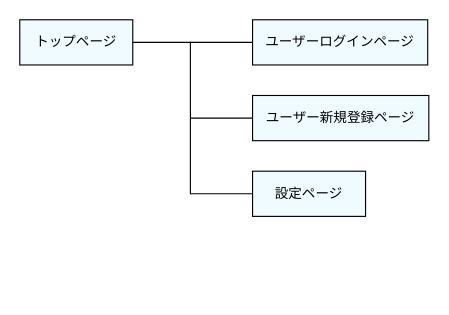
The draw.io diagram ER.dio in umaumau/stockpile, before the edit. Source tidied: cells renumbered, new cells numbered last; positions are measured from the earlier drawing's top-left corner, leaving out a move shared by most shapes. Both pictures are drawn from the tidied source at 113%, with x=0, y=0 at pixel (19, 19).
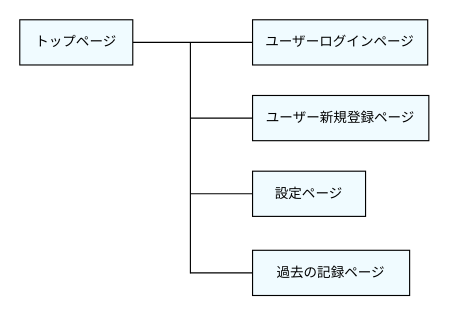
After the change.

Diff of the diagram source:
```diff
@@
 <mxGraphModel background="#FFFFFF">
   <root>
     <mxCell id="0" />
     <mxCell id="1" parent="0" />
     <mxCell id="2" style="edgeStyle=none;html=1;exitX=1;exitY=0.5;exitDx=0;exitDy=0;entryX=0;entryY=0.5;entryDx=0;entryDy=0;strokeColor=#000000;fontColor=#000000;startArrow=none;startFill=0;endArrow=none;endFill=0;startSize=10;endSize=10;sourcePerimeterSpacing=10;targetPerimeterSpacing=10;fillColor=#F0FBFF;" parent="1" edge="1" source="3" target="4">
       <mxGeometry relative="1" as="geometry" />
     </mxCell>
     <mxCell id="3" value="&lt;font color=&quot;#000000&quot;&gt;トップページ&lt;/font&gt;" style="whiteSpace=wrap;html=1;align=center;fillColor=#F0FBFF;strokeColor=#000000;" parent="1" vertex="1">
       <mxGeometry width="100" height="40" as="geometry" />
     </mxCell>
     <mxCell id="4" value="&lt;font color=&quot;#000000&quot;&gt;ユーザーログインページ&lt;/font&gt;" style="whiteSpace=wrap;html=1;align=center;fillColor=#F0FBFF;strokeColor=#000000;" parent="1" vertex="1">
       <mxGeometry x="206" width="155" height="40" as="geometry" />
     </mxCell>
     <mxCell id="5" style="edgeStyle=none;html=1;exitX=0;exitY=0.5;exitDx=0;exitDy=0;strokeColor=#000000;fontColor=#000000;startArrow=none;startFill=0;endArrow=none;endFill=0;startSize=10;endSize=10;sourcePerimeterSpacing=10;targetPerimeterSpacing=10;fillColor=#F0FBFF;" parent="1" edge="1" source="6">
       <mxGeometry relative="1" as="geometry">
         <mxPoint x="151" y="87" as="targetPoint" />
       </mxGeometry>
     </mxCell>
     <mxCell id="6" value="&lt;font color=&quot;#000000&quot;&gt;ユーザー新規登録ページ&lt;/font&gt;" style="whiteSpace=wrap;html=1;align=center;fillColor=#F0FBFF;strokeColor=#000000;" parent="1" vertex="1">
       <mxGeometry x="206" y="67" width="156" height="40" as="geometry" />
     </mxCell>
     <mxCell id="7" style="edgeStyle=none;html=1;exitX=0;exitY=0.5;exitDx=0;exitDy=0;strokeColor=#000000;fontColor=#000000;startArrow=none;startFill=0;endArrow=none;endFill=0;startSize=10;endSize=10;sourcePerimeterSpacing=10;targetPerimeterSpacing=10;fillColor=#F0FBFF;" parent="1" edge="1" source="8">
       <mxGeometry relative="1" as="geometry">
         <mxPoint x="151" y="154" as="targetPoint" />
       </mxGeometry>
     </mxCell>
     <mxCell id="8" value="&lt;font color=&quot;#000000&quot;&gt;設定ページ&lt;/font&gt;" style="whiteSpace=wrap;html=1;align=center;fillColor=#F0FBFF;strokeColor=#000000;" parent="1" vertex="1">
       <mxGeometry x="206" y="134" width="100" height="40" as="geometry" />
     </mxCell>
     <mxCell id="9" style="edgeStyle=none;html=1;strokeColor=#000000;fontColor=#000000;startArrow=none;startFill=0;endArrow=none;endFill=0;startSize=10;endSize=10;sourcePerimeterSpacing=10;targetPerimeterSpacing=10;fillColor=#F0FBFF;" parent="1" edge="1">
       <mxGeometry relative="1" as="geometry">
-        <mxPoint x="151" y="19.5" as="sourcePoint" />
-        <mxPoint x="151" y="154.5" as="targetPoint" />
+        <mxPoint x="151" y="20" as="sourcePoint" />
+        <mxPoint x="151" y="224.5" as="targetPoint" />
       </mxGeometry>
     </mxCell>
+    <mxCell id="10" value="&lt;font color=&quot;#000000&quot;&gt;過去の記録ページ&lt;/font&gt;" style="whiteSpace=wrap;html=1;align=center;fillColor=#F0FBFF;strokeColor=#000000;" parent="1" vertex="1">
+      <mxGeometry x="206" y="204" width="139" height="40" as="geometry" />
+    </mxCell>
+    <mxCell id="11" style="edgeStyle=none;html=1;exitX=0;exitY=0.5;exitDx=0;exitDy=0;strokeColor=#000000;fontColor=#000000;startArrow=none;startFill=0;endArrow=none;endFill=0;startSize=10;endSize=10;sourcePerimeterSpacing=10;targetPerimeterSpacing=10;fillColor=#F0FBFF;" parent="1" edge="1">
+      <mxGeometry relative="1" as="geometry">
+        <mxPoint x="206" y="224" as="sourcePoint" />
+        <mxPoint x="151" y="224" as="targetPoint" />
+      </mxGeometry>
+    </mxCell>
   </root>
 </mxGraphModel>
```
